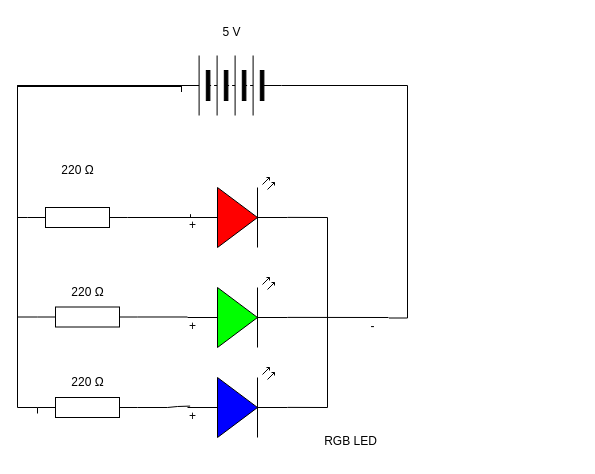
This is schematic_diagram.drawio from Liya-Getachew/TEJ3M-Unit-2-04-Arduino, a draw.io file, before an edit. Source tidied: cells renumbered, new cells numbered last; positions are measured from the earlier drawing's top-left corner, leaving out a move shared by most shapes. Both pictures are drawn from the tidied source at 100%, with x=0, y=0 at pixel (17, 17).
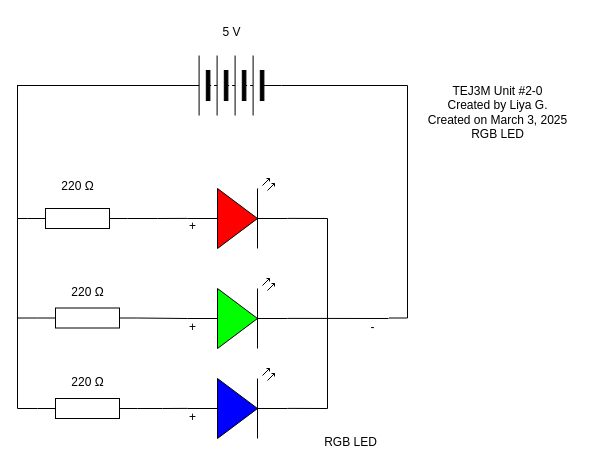
After the change.

The change refers to these unchanged cells:
```xml
<mxCell id="7" style="verticalLabelPosition=bottom;shadow=0;dashed=0;align=center;html=1;verticalAlign=top;shape=mxgraph.electrical.opto_electronics.led_2;fillColor=#0000ff;" parent="2" vertex="1">
  <mxGeometry x="10" y="190" width="100" height="70" as="geometry" />
</mxCell>
<mxCell id="9" style="verticalLabelPosition=bottom;shadow=0;dashed=0;align=center;html=1;verticalAlign=top;shape=mxgraph.electrical.opto_electronics.led_2;fillColor=#FF0000;" parent="2" vertex="1">
  <mxGeometry x="10" width="100" height="70" as="geometry" />
</mxCell>
<mxCell id="10" value="+" style="text;html=1;align=center;verticalAlign=middle;points=[];strokeColor=none;fillColor=none;" parent="2" vertex="1">
  <mxGeometry y="33" width="30" height="30" as="geometry" />
</mxCell>
<mxCell id="11" value="+" style="text;html=1;align=center;verticalAlign=middle;points=[];strokeColor=none;fillColor=none;" parent="2" vertex="1">
  <mxGeometry y="134" width="30" height="30" as="geometry" />
</mxCell>
<mxCell id="12" value="+" style="text;html=1;align=center;verticalAlign=middle;points=[];strokeColor=none;fillColor=none;" parent="2" vertex="1">
  <mxGeometry y="224" width="30" height="30" as="geometry" />
</mxCell>
<mxCell id="14" style="verticalLabelPosition=bottom;shadow=0;dashed=0;align=center;html=1;verticalAlign=top;shape=mxgraph.electrical.miscellaneous.batteryStack;rotation=-180;" parent="1" vertex="1">
  <mxGeometry x="164" y="38" width="100" height="60" as="geometry" />
</mxCell>
```

Diff of the diagram source:
```diff
@@
     <mxCell id="2" style="group;" parent="1" vertex="1">
-      <mxGeometry x="160" y="160" width="213" height="279" as="geometry" />
+      <mxGeometry x="160" y="161" width="213" height="279" as="geometry" />
     </mxCell>
@@
     <mxCell id="15" style="verticalLabelPosition=bottom;shadow=0;dashed=0;align=center;html=1;verticalAlign=top;shape=mxgraph.electrical.resistors.resistor_1;" parent="1" vertex="1">
-      <mxGeometry x="10" y="190" width="100" height="20" as="geometry" />
+      <mxGeometry x="10" y="191" width="100" height="20" as="geometry" />
     </mxCell>
     <mxCell id="16" style="verticalLabelPosition=bottom;shadow=0;dashed=0;align=center;html=1;verticalAlign=top;shape=mxgraph.electrical.resistors.resistor_1;" parent="1" vertex="1">
-      <mxGeometry x="20" y="289.5" width="100" height="20" as="geometry" />
+      <mxGeometry x="20" y="290.5" width="100" height="20" as="geometry" />
     </mxCell>
     <mxCell id="17" style="verticalLabelPosition=bottom;shadow=0;dashed=0;align=center;html=1;verticalAlign=top;shape=mxgraph.electrical.resistors.resistor_1;" parent="1" vertex="1">
-      <mxGeometry x="20" y="380" width="100" height="20" as="geometry" />
+      <mxGeometry x="20" y="381" width="100" height="20" as="geometry" />
     </mxCell>
@@
-    <mxCell id="19" style="edgeStyle=none;html=1;entryX=0.333;entryY=0.183;entryDx=0;entryDy=0;entryPerimeter=0;rounded=0;curved=0;endArrow=none;endFill=0;" parent="1" edge="1" source="16" target="11">
-      <mxGeometry relative="1" as="geometry" />
+    <mxCell id="19" style="edgeStyle=none;html=1;rounded=0;curved=0;endArrow=none;endFill=0;" parent="1" edge="1">
+      <mxGeometry relative="1" as="geometry">
+        <mxPoint x="120" y="300.5" as="sourcePoint" />
+        <mxPoint x="170" y="301" as="targetPoint" />
+      </mxGeometry>
     </mxCell>
-    <mxCell id="20" style="edgeStyle=none;html=1;entryX=0.421;entryY=0.153;entryDx=0;entryDy=0;entryPerimeter=0;rounded=0;curved=0;endArrow=none;endFill=0;" parent="1" edge="1" source="17" target="12">
-      <mxGeometry relative="1" as="geometry">
-        <Array as="points">
-          <mxPoint x="150" y="390" />
-          <mxPoint x="160" y="389" />
-        </Array>
-      </mxGeometry>
-    </mxCell>
-    <mxCell id="21" style="edgeStyle=orthogonalEdgeStyle;html=1;entryX=0;entryY=0.5;entryDx=0;entryDy=0;entryPerimeter=0;rounded=0;curved=0;endArrow=none;endFill=0;" parent="1" edge="1" source="14" target="15">
-      <mxGeometry relative="1" as="geometry" />
-    </mxCell>
-    <mxCell id="22" style="edgeStyle=orthogonalEdgeStyle;html=1;entryX=0;entryY=0.5;entryDx=0;entryDy=0;entryPerimeter=0;rounded=0;endArrow=none;endFill=0;exitX=1;exitY=0.5;exitDx=0;exitDy=0;" parent="1" edge="1" source="14" target="16">
-      <mxGeometry relative="1" as="geometry">
-        <Array as="points">
-          <mxPoint x="164" y="69" />
-          <mxPoint y="69" />
-          <mxPoint y="300" />
-        </Array>
-      </mxGeometry>
-    </mxCell>
-    <mxCell id="23" style="edgeStyle=orthogonalEdgeStyle;html=1;entryX=0;entryY=0.5;entryDx=0;entryDy=0;entryPerimeter=0;endArrow=none;endFill=0;rounded=0;" parent="1" edge="1">
-      <mxGeometry relative="1" as="geometry">
-        <mxPoint x="164" y="74.5" as="sourcePoint" />
-        <mxPoint x="20" y="396" as="targetPoint" />
-        <Array as="points">
-          <mxPoint x="164" y="68" />
-          <mxPoint y="68" />
-          <mxPoint y="390" />
-          <mxPoint x="20" y="390" />
-        </Array>
-      </mxGeometry>
-    </mxCell>
-    <mxCell id="24" style="edgeStyle=orthogonalEdgeStyle;html=1;rounded=0;endArrow=none;endFill=0;entryX=0.433;entryY=0.122;entryDx=0;entryDy=0;entryPerimeter=0;" parent="1" edge="1" source="15" target="10">
-      <mxGeometry relative="1" as="geometry">
-        <Array as="points">
-          <mxPoint x="173" y="200" />
-        </Array>
-      </mxGeometry>
-    </mxCell>
     <mxCell id="25" value="220 Ω" style="text;html=1;align=center;verticalAlign=middle;strokeColor=none;fillColor=none;" parent="1" vertex="1">
-      <mxGeometry x="30" y="138" width="60" height="30" as="geometry" />
+      <mxGeometry x="30" y="154" width="60" height="30" as="geometry" />
     </mxCell>
@@
+    <mxCell id="21" style="html=1;entryX=0;entryY=0.5;entryDx=0;entryDy=0;entryPerimeter=0;rounded=0;edgeStyle=orthogonalEdgeStyle;endArrow=none;endFill=0;" parent="1" edge="1" source="14" target="15">
+      <mxGeometry relative="1" as="geometry" />
+    </mxCell>
+    <mxCell id="29" style="edgeStyle=orthogonalEdgeStyle;html=1;entryX=0;entryY=0.5;entryDx=0;entryDy=0;entryPerimeter=0;endArrow=none;endFill=0;rounded=0;" parent="1" edge="1" source="14" target="17">
+      <mxGeometry relative="1" as="geometry">
+        <Array as="points">
+          <mxPoint y="68" />
+          <mxPoint y="391" />
+        </Array>
+      </mxGeometry>
+    </mxCell>
+    <mxCell id="22" style="edgeStyle=orthogonalEdgeStyle;html=1;entryX=0;entryY=0.5;entryDx=0;entryDy=0;entryPerimeter=0;endArrow=none;endFill=0;rounded=0;" parent="1" edge="1" source="14" target="16">
+      <mxGeometry relative="1" as="geometry">
+        <Array as="points">
+          <mxPoint y="68" />
+          <mxPoint y="301" />
+        </Array>
+      </mxGeometry>
+    </mxCell>
+    <mxCell id="30" style="edgeStyle=orthogonalEdgeStyle;html=1;entryX=0;entryY=0.57;entryDx=0;entryDy=0;entryPerimeter=0;endArrow=none;endFill=0;rounded=0;" parent="1" edge="1" source="15" target="9">
+      <mxGeometry relative="1" as="geometry" />
+    </mxCell>
+    <mxCell id="31" style="edgeStyle=orthogonalEdgeStyle;html=1;entryX=0;entryY=0.57;entryDx=0;entryDy=0;entryPerimeter=0;endArrow=none;endFill=0;rounded=0;" parent="1" edge="1" source="17" target="7">
+      <mxGeometry relative="1" as="geometry" />
+    </mxCell>
+    <mxCell id="32" value="TEJ3M Unit #2-0&lt;div&gt;Created by Liya G.&lt;/div&gt;&lt;div&gt;Created on March 3, 2025&lt;/div&gt;&lt;div&gt;RGB LED&lt;/div&gt;" style="text;html=1;align=center;verticalAlign=middle;strokeColor=none;fillColor=none;" parent="1" vertex="1">
+      <mxGeometry x="400" y="60" width="160" height="70" as="geometry" />
+    </mxCell>
```
